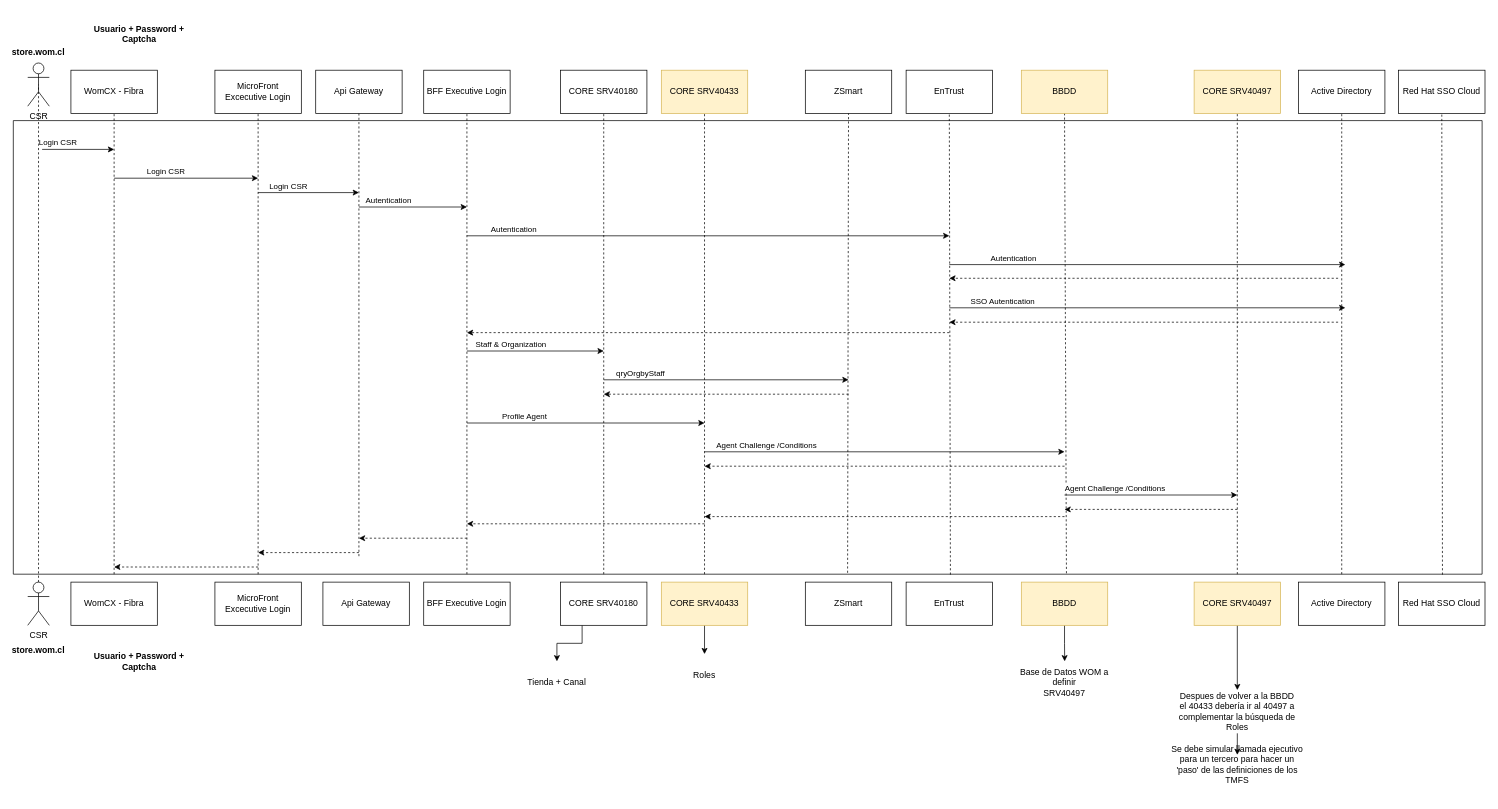
This is page "UML" (1 of 2) of LoginLayer.drawio from linosnt/womCX, a draw.io file, before an edit. Source tidied: cells renumbered, new cells numbered last; positions are measured from the earlier drawing's top-left corner, leaving out a move shared by most shapes. Both pictures are drawn from the tidied source at 72%, with x=0, y=0 at pixel (13, 12).
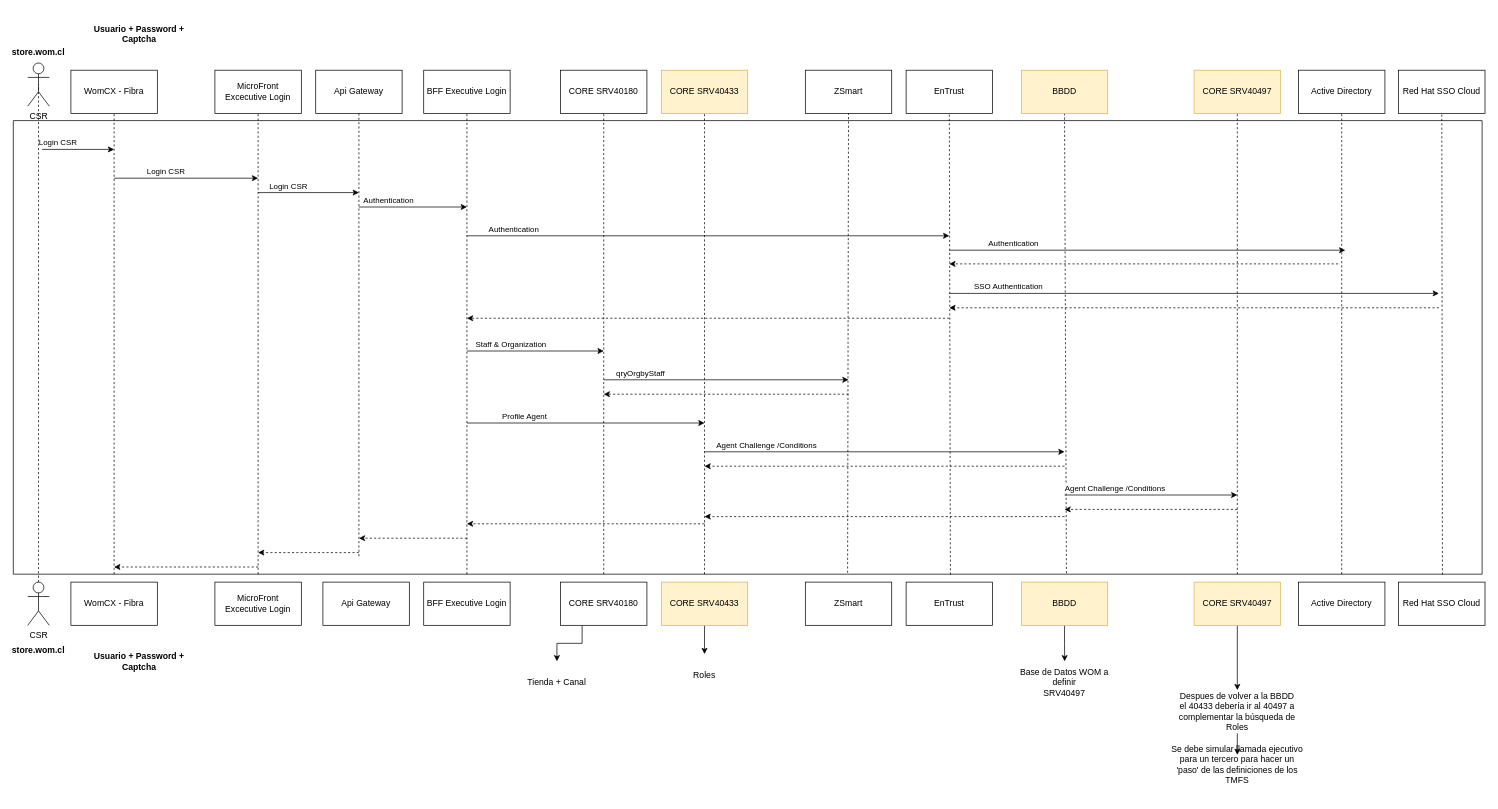
Above is the later version.

Unchanged cells that the change refers to:
```xml
<mxCell id="2" style="swimlane;startSize=0;" parent="1" vertex="1">
  <mxGeometry y="150" width="2040" height="630" as="geometry" />
</mxCell>
<mxCell id="16" style="endArrow=classic;html=1;rounded=0;" parent="2" edge="1">
  <mxGeometry relative="1" as="geometry">
    <mxPoint x="630" y="160" as="sourcePoint" />
    <mxPoint x="1300" y="160" as="targetPoint" />
  </mxGeometry>
</mxCell>
<mxCell id="18" style="endArrow=classic;html=1;rounded=0;" parent="2" edge="1">
  <mxGeometry relative="1" as="geometry">
    <mxPoint x="480" y="120" as="sourcePoint" />
    <mxPoint x="630" y="120" as="targetPoint" />
  </mxGeometry>
</mxCell>
```

Diff of the diagram source:
```diff
@@
     <mxCell id="15" style="endArrow=classic;html=1;rounded=0;labelBackgroundColor=default;strokeColor=default;fontFamily=Helvetica;fontSize=11;fontColor=default;shape=connector;dashed=1;" parent="2" edge="1">
       <mxGeometry relative="1" as="geometry">
-        <mxPoint x="1300" y="294.5" as="sourcePoint" />
-        <mxPoint x="630" y="294.5" as="targetPoint" />
+        <mxPoint x="1300" y="274.5" as="sourcePoint" />
+        <mxPoint x="630" y="274.5" as="targetPoint" />
       </mxGeometry>
     </mxCell>
@@
-    <mxCell id="17" value="Autentication" style="edgeLabel;html=1;align=center;verticalAlign=middle;fontSize=11;fontFamily=Helvetica;fontColor=default;" parent="16" vertex="1">
+    <mxCell id="17" value="Authentication" style="edgeLabel;html=1;align=center;verticalAlign=middle;fontSize=11;fontFamily=Helvetica;fontColor=default;" parent="16" vertex="1">
       <mxGeometry x="-0.87" y="1" relative="1" as="geometry">
         <mxPoint x="20" y="-9" as="offset" />
       </mxGeometry>
     </mxCell>
@@
-    <mxCell id="19" value="Autentication" style="edgeLabel;html=1;align=center;verticalAlign=middle;fontSize=11;fontFamily=Helvetica;fontColor=default;" parent="18" vertex="1">
+    <mxCell id="19" value="Authentication" style="edgeLabel;html=1;align=center;verticalAlign=middle;fontSize=11;fontFamily=Helvetica;fontColor=default;" parent="18" vertex="1">
       <mxGeometry x="-0.87" y="1" relative="1" as="geometry">
         <mxPoint x="30" y="-9" as="offset" />
       </mxGeometry>
     </mxCell>
     <mxCell id="20" style="endArrow=classic;html=1;rounded=0;labelBackgroundColor=default;strokeColor=default;fontFamily=Helvetica;fontSize=11;fontColor=default;shape=connector;dashed=1;" parent="2" edge="1">
       <mxGeometry relative="1" as="geometry">
-        <mxPoint x="1840" y="280" as="sourcePoint" />
-        <mxPoint x="1300" y="280" as="targetPoint" />
+        <mxPoint x="1980" y="260" as="sourcePoint" />
+        <mxPoint x="1300" y="260" as="targetPoint" />
       </mxGeometry>
     </mxCell>
     <mxCell id="21" style="endArrow=classic;html=1;rounded=0;labelBackgroundColor=default;strokeColor=default;fontFamily=Helvetica;fontSize=11;fontColor=default;shape=connector;" parent="2" edge="1">
       <mxGeometry relative="1" as="geometry">
-        <mxPoint x="1300" y="260" as="sourcePoint" />
-        <mxPoint x="1850" y="260" as="targetPoint" />
+        <mxPoint x="1300" y="240" as="sourcePoint" />
+        <mxPoint x="1980" y="240" as="targetPoint" />
       </mxGeometry>
     </mxCell>
-    <mxCell id="22" value="SSO Autentication" style="edgeLabel;html=1;align=center;verticalAlign=middle;fontSize=11;fontFamily=Helvetica;fontColor=default;" parent="21" vertex="1">
+    <mxCell id="22" value="SSO Authentication" style="edgeLabel;html=1;align=center;verticalAlign=middle;fontSize=11;fontFamily=Helvetica;fontColor=default;" parent="21" vertex="1">
       <mxGeometry x="-0.87" y="2" relative="1" as="geometry">
         <mxPoint x="37" y="-8" as="offset" />
       </mxGeometry>
     </mxCell>
     <mxCell id="23" style="endArrow=classic;html=1;rounded=0;labelBackgroundColor=default;strokeColor=default;fontFamily=Helvetica;fontSize=11;fontColor=default;shape=connector;dashed=1;" parent="2" edge="1">
       <mxGeometry relative="1" as="geometry">
-        <mxPoint x="1840" y="219" as="sourcePoint" />
-        <mxPoint x="1300" y="219" as="targetPoint" />
+        <mxPoint x="1840" y="199" as="sourcePoint" />
+        <mxPoint x="1300" y="199" as="targetPoint" />
       </mxGeometry>
     </mxCell>
     <mxCell id="24" style="endArrow=classic;html=1;rounded=0;" parent="2" edge="1">
       <mxGeometry relative="1" as="geometry">
-        <mxPoint x="1300" y="200" as="sourcePoint" />
-        <mxPoint x="1850" y="200" as="targetPoint" />
+        <mxPoint x="1300" y="180" as="sourcePoint" />
+        <mxPoint x="1850" y="180" as="targetPoint" />
       </mxGeometry>
     </mxCell>
-    <mxCell id="25" value="Autentication" style="edgeLabel;html=1;align=center;verticalAlign=middle;fontSize=11;fontFamily=Helvetica;fontColor=default;" parent="24" vertex="1">
+    <mxCell id="25" value="Authentication" style="edgeLabel;html=1;align=center;verticalAlign=middle;fontSize=11;fontFamily=Helvetica;fontColor=default;" parent="24" vertex="1">
       <mxGeometry x="-0.79" y="2" relative="1" as="geometry">
         <mxPoint x="30" y="-8" as="offset" />
       </mxGeometry>
     </mxCell>
```
